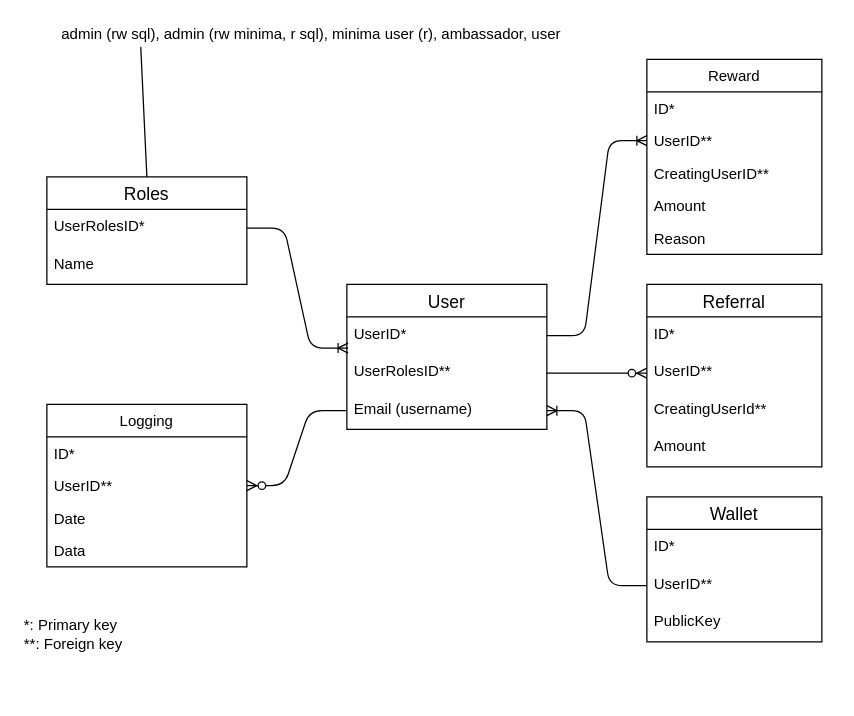
Before: docs/images/dbase.drawio in minima-global/incentivecash, a draw.io diagram. Source tidied: cells renumbered, new cells numbered last; positions are measured from the earlier drawing's top-left corner, leaving out a move shared by most shapes. Both pictures are drawn from the tidied source at 125%, with x=0, y=0 at pixel (21, 21).
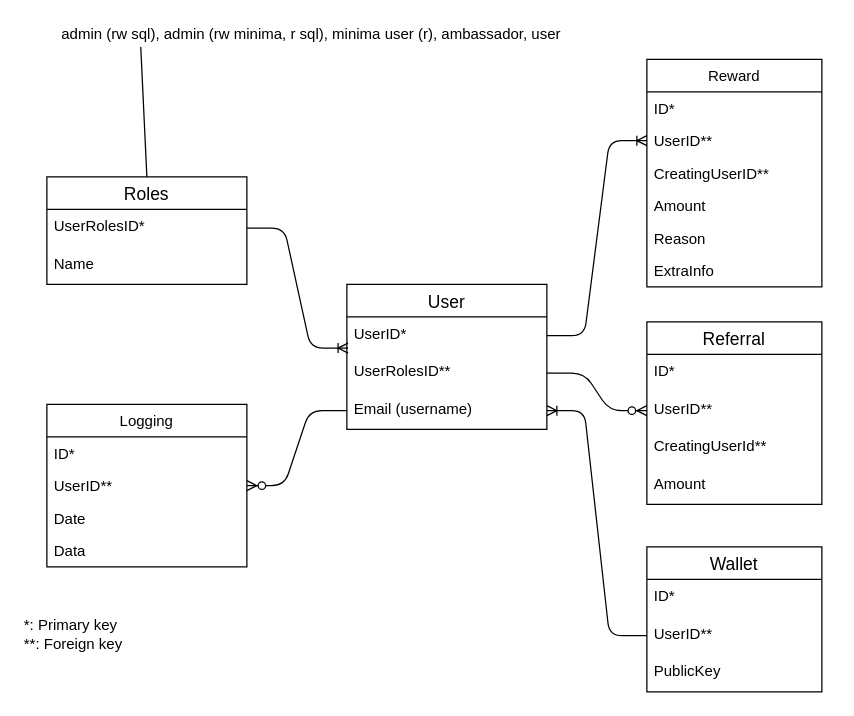
Above is the later version.

Change to the diagram source:
```diff
@@
     <mxCell id="9" value="Reward" style="swimlane;fontStyle=0;horizontal=1;startSize=26;fillColor=none;" parent="1" vertex="1">
-      <mxGeometry x="500" y="30" width="140" height="156" as="geometry" />
+      <mxGeometry x="500" y="30" width="140" height="182" as="geometry" />
     </mxCell>
@@
+    <mxCell id="38" value="ExtraInfo" style="text;strokeColor=none;fillColor=none;align=left;verticalAlign=top;spacingLeft=4;spacingRight=4;overflow=hidden;" parent="9" vertex="1">
+      <mxGeometry y="156" width="140" height="26" as="geometry" />
+    </mxCell>
@@
     <mxCell id="22" value="Referral" style="swimlane;fontStyle=0;horizontal=1;startSize=26;align=center;fontSize=14;" parent="1" vertex="1">
-      <mxGeometry x="500" y="210" width="140" height="146" as="geometry" />
+      <mxGeometry x="500" y="240" width="140" height="146" as="geometry" />
     </mxCell>
@@
     <mxCell id="32" value="Wallet" style="swimlane;fontStyle=0;horizontal=1;startSize=26;align=center;fontSize=14;" parent="1" vertex="1">
-      <mxGeometry x="500" y="380" width="140" height="116" as="geometry" />
+      <mxGeometry x="500" y="420" width="140" height="116" as="geometry" />
     </mxCell>
```
